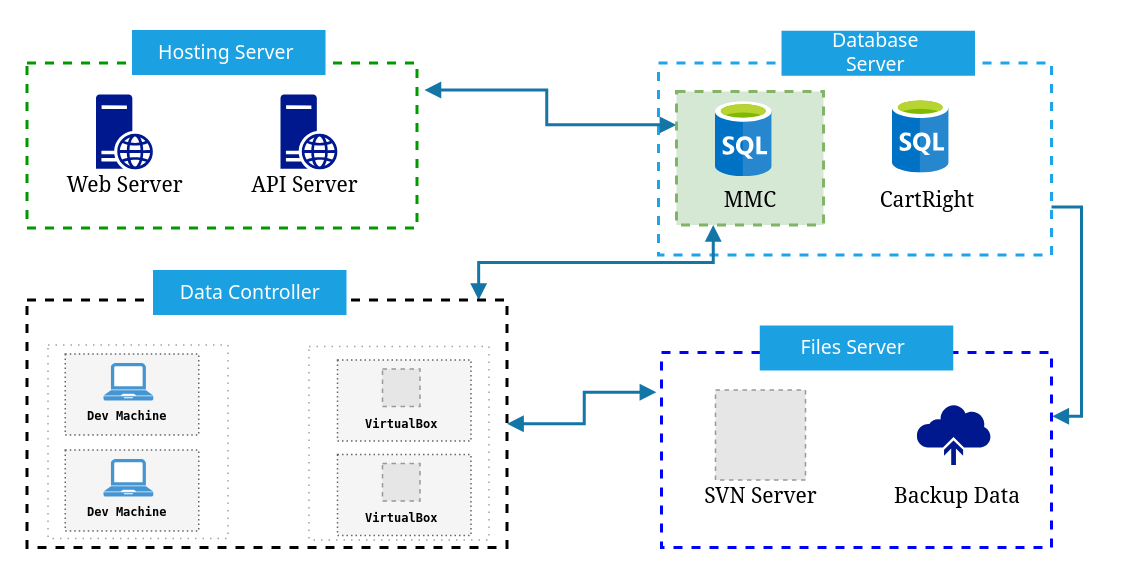
Above: page "Page-2" (3 of 5) of Untitled Diagram.drawio in shoaibijaz/soding (draw.io), before the change. Source tidied: cells renumbered, new cells numbered last; positions are measured from the earlier drawing's top-left corner, leaving out a move shared by most shapes. Both pictures are drawn from the tidied source at 150%, with x=0, y=0 at pixel (26, 28). Pictures stored in the file or linked from it are replaced by grey dashed boxes.
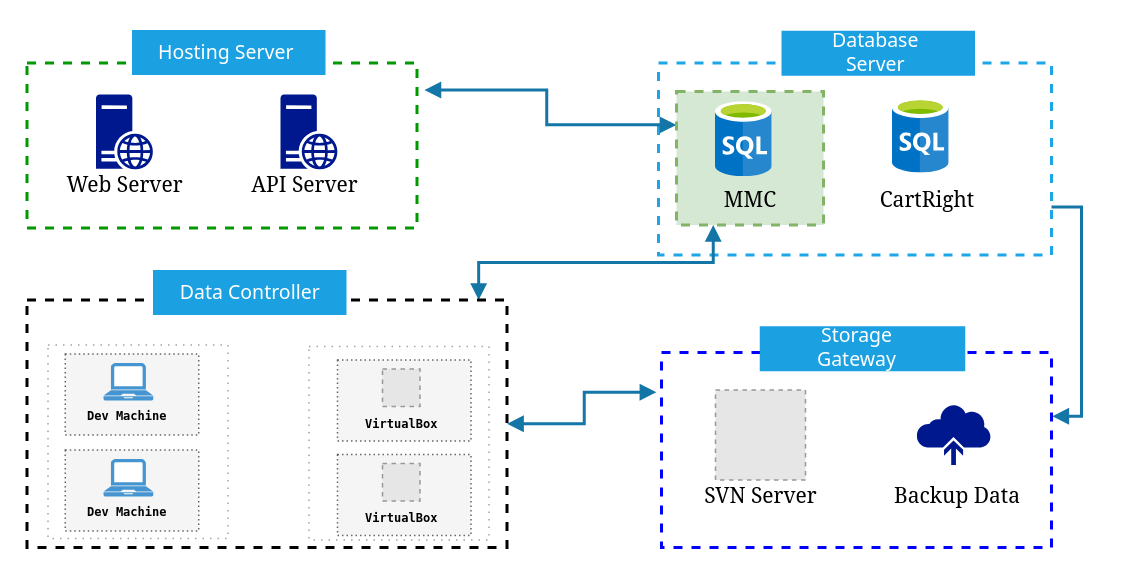
After the change.

What changed in the source:
```diff
@@
     <mxCell id="28" style="rounded=0;whiteSpace=wrap;html=1;shadow=0;glass=0;comic=0;labelBackgroundColor=none;strokeColor=none;strokeWidth=2;fillColor=#1ba1e2;fontFamily=Georgia;fontSize=14;fontColor=#ffffff;" parent="1" vertex="1">
-      <mxGeometry x="489" y="197.5" width="129" height="30" as="geometry" />
+      <mxGeometry x="489" y="198" width="137" height="30" as="geometry" />
     </mxCell>
-    <mxCell id="29" value="Files Server" style="text;html=1;strokeColor=none;fillColor=none;align=center;verticalAlign=middle;whiteSpace=wrap;rounded=0;shadow=0;glass=0;comic=0;labelBackgroundColor=none;fontFamily=Tahoma;fontSize=13;fontColor=#FFFFFF;" parent="1" vertex="1">
-      <mxGeometry x="502" y="201.5" width="99" height="20" as="geometry" />
+    <mxCell id="29" value="Storage Gateway" style="text;html=1;strokeColor=none;fillColor=none;align=center;verticalAlign=middle;whiteSpace=wrap;rounded=0;shadow=0;glass=0;comic=0;labelBackgroundColor=none;fontFamily=Tahoma;fontSize=13;fontColor=#FFFFFF;" parent="1" vertex="1">
+      <mxGeometry x="502" y="202" width="104" height="20" as="geometry" />
     </mxCell>
```
